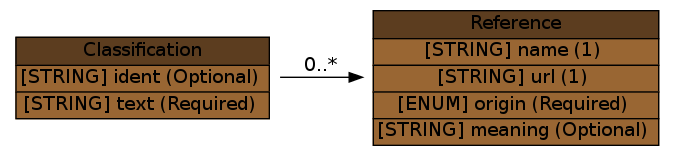
Before: idmef/graph/Classification.png, a diagram exported from Graphviz (Moutix/idmef_parser). Its source is kept beside it as idmef/graph/Classification.dot.
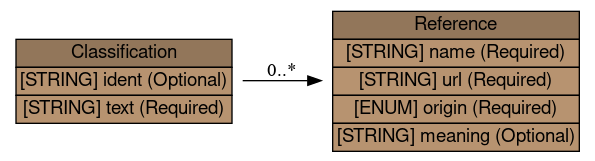
Later version of the same file.

The edit, as a diff of the source:
```diff
@@ -1,8 +1,19 @@
 digraph Classification {
-	graph [rankdir=LR];
+	graph [bb="0,0,438,113",
+		rankdir=LR
+	];
 	node [label="\N"];
-	graph [bb="0,0,498,108"];
-	Classification [label=<<table BORDER="0" CELLBORDER="1" CELLSPACING="0"> <tr > <td BGCOLOR="#5c3d1f" HREF="#" TITLE="The Classification class provides the &quot;name&quot; of an alert, or other information allowing the manager to determine what it is. This name is chosen by the alert provider. ">Classification</td> </tr>" %<tr><td BGCOLOR="#996633" HREF="#" TITLE="A unique identifier for this classification; see Section 3.2.9.">[STRING] ident (Optional) </td></tr>%<tr><td BGCOLOR="#996633" HREF="#" TITLE="A vendor-provided string identifying the Alert message.">[STRING] text (Required) </td></tr>%</table>>, shape=plaintext, pos="103,54", width="2.8611", height="0.95833"];
-	Reference [label=<<table BORDER="0" CELLBORDER="1" CELLSPACING="0"> <tr > <td BGCOLOR="#5c3d1f" HREF="#" TITLE="The Reference class provides the &quot;name&quot; of an alert, or other information allowing the manager to determine what it is. ">Reference</td> </tr>" %<tr><td BGCOLOR="#996633" HREF="#" TITLE="The name of the alert, from one of the origins listed below.">[STRING] name (1) </td></tr>%<tr><td BGCOLOR="#996633" HREF="#" TITLE="A URL at which the manager (or the human operator of the manager) can find additional information about the alert.  The document pointed to by the URL may include an in-depth description of the attack, appropriate countermeasures, or other information deemed relevant by the vendor.">[STRING] url (1) </td></tr>%<tr><td BGCOLOR="#996633" HREF="#" TITLE="The source from which the name of the alert originates. The permitted values for this attribute are shown below.  The default value is &quot;unknown&quot;.  (See also Section 10.)">[ENUM] origin (Required) </td></tr>%<tr><td BGCOLOR="#996633" HREF="#" TITLE="The meaning of the reference, as understood by the alert provider.  This field is only valid if the value of the &lt;origin&gt; attribute is set to &quot;vendor-specific&quot; or &quot;user-specific&quot;.">[STRING] meaning (Optional) </td></tr>%</table>>, shape=plaintext, pos="383,54", width="3.1944", height="1.5139"];
-	Classification -> Reference [label="0..*", pos="e,267.87,54 206.07,54 222.88,54 240.46,54 257.74,54", lp="237,62.5"];
+	Classification	 [height=0.98611,
+		label=<<table BORDER="0" CELLBORDER="1" CELLSPACING="0"> <tr> <td BGCOLOR="#92765a" HREF="#" TITLE="The Classification class provides the &quot;name&quot; of an alert, or other information allowing the manager to determine what it is. This name is chosen by the alert provider. "><FONT FACE="Nimbus Sans L">Classification</FONT></td> </tr>" %<tr><td BGCOLOR="#b79370"  HREF="#" TITLE="A unique identifier for this classification; see Section 3.2.9."><FONT FACE="Nimbus Sans L">[STRING] ident (Optional)</FONT></td></tr>%<tr><td BGCOLOR="#b79370"  HREF="#" TITLE="A vendor-provided string identifying the Alert message."><FONT FACE="Nimbus Sans L">[STRING] text (Required)</FONT></td></tr>%</table>>,
+		pos="89,56.5",
+		shape=plaintext,
+		width=2.4722];
+	Reference	 [height=1.5694,
+		label=<<table BORDER="0" CELLBORDER="1" CELLSPACING="0"> <tr> <td BGCOLOR="#92765a" HREF="#" TITLE="The Reference class provides the &quot;name&quot; of an alert, or other information allowing the manager to determine what it is. "><FONT FACE="Nimbus Sans L">Reference</FONT></td> </tr>" %<tr><td BGCOLOR="#b79370"  HREF="#" TITLE="The name of the alert, from one of the origins listed below."><FONT FACE="Nimbus Sans L">[STRING] name (Required)</FONT></td></tr>%<tr><td BGCOLOR="#b79370"  HREF="#" TITLE="A URL at which the manager (or the human operator of the manager) can find additional information about the alert.  The document pointed to by the URL may include an in-depth description of the attack, appropriate countermeasures, or other information deemed relevant by the vendor."><FONT FACE="Nimbus Sans L">[STRING] url (Required)</FONT></td></tr>%<tr><td BGCOLOR="#b79370"  HREF="#" TITLE="The source from which the name of the alert originates. The permitted values for this attribute are shown below.  The default value is &quot;unknown&quot;.  (See also Section 10.)"><FONT FACE="Nimbus Sans L">[ENUM] origin (Required)</FONT></td></tr>%<tr><td BGCOLOR="#b79370"  HREF="#" TITLE="The meaning of the reference, as understood by the alert provider.  This field is only valid if the value of the &lt;origin&gt; attribute is set to &quot;vendor-specific&quot; or &quot;user-specific&quot;."><FONT FACE="Nimbus Sans L">[STRING] meaning (Optional)</FONT></td></tr>%</table>>,
+		pos="337.5,56.5",
+		shape=plaintext,
+		width=2.7917];
+	Classification -> Reference	 [label="0..*",
+		lp="207.5,64",
+		pos="e,236.86,56.5 178.01,56.5 193.81,56.5 210.44,56.5 226.76,56.5"];
 }
```
